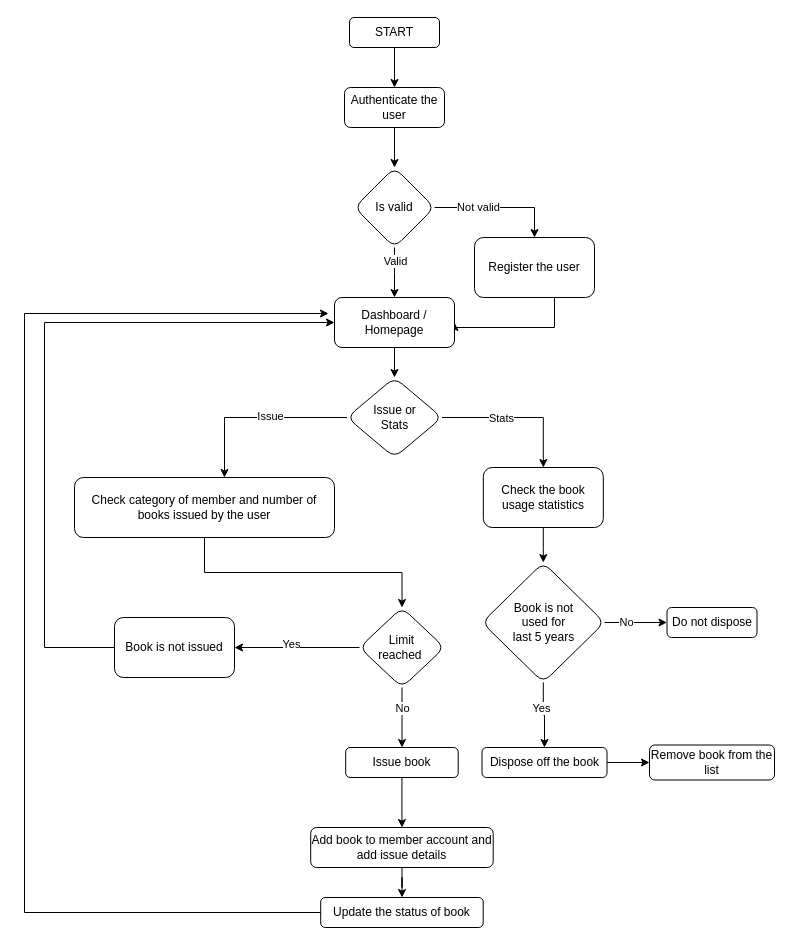
The draw.io diagram page "Page-1" (1 of 2) of activity.drawio in amRohitKumar/software-lab, before the edit. Source tidied: cells renumbered, new cells numbered last; positions are measured from the earlier drawing's top-left corner, leaving out a move shared by most shapes. Both pictures are drawn from the tidied source at 100%, with x=0, y=0 at pixel (24, 17).
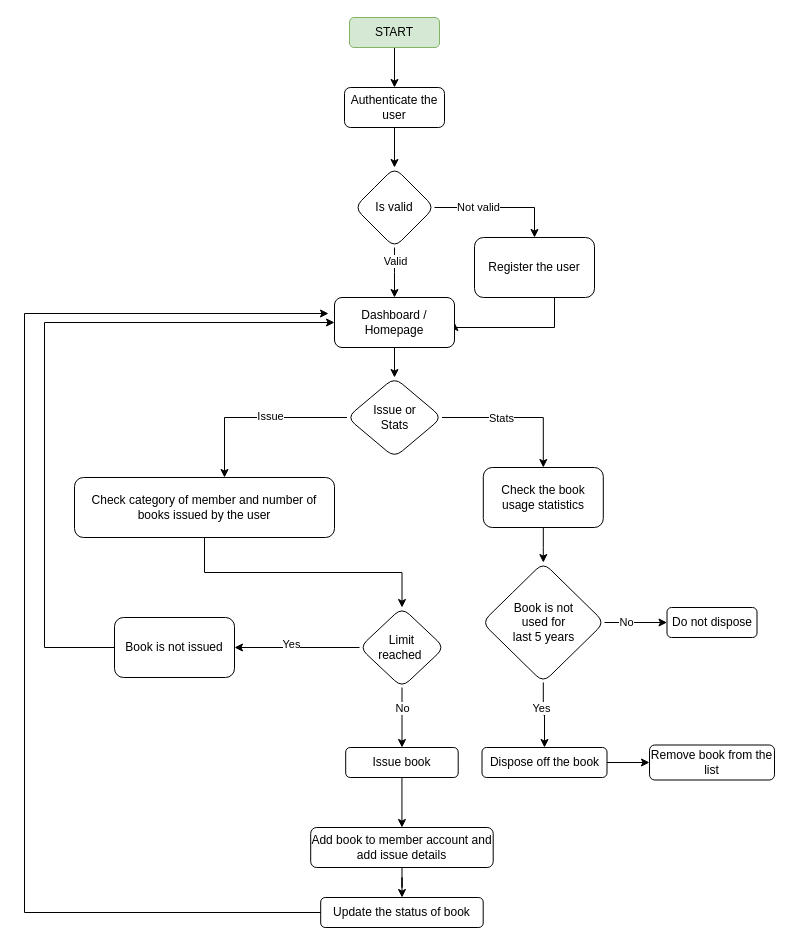
The same diagram, later.

Commit message:
Member activity added

Diff of the diagram source:
```diff
@@
-    <mxCell id="3" value="START" style="rounded=1;whiteSpace=wrap;html=1;" parent="1" vertex="1">
+    <mxCell id="3" value="START" style="rounded=1;whiteSpace=wrap;html=1;fillColor=#d5e8d4;strokeColor=#82b366;" parent="1" vertex="1">
       <mxGeometry x="325" width="90" height="30" as="geometry" />
     </mxCell>
```
